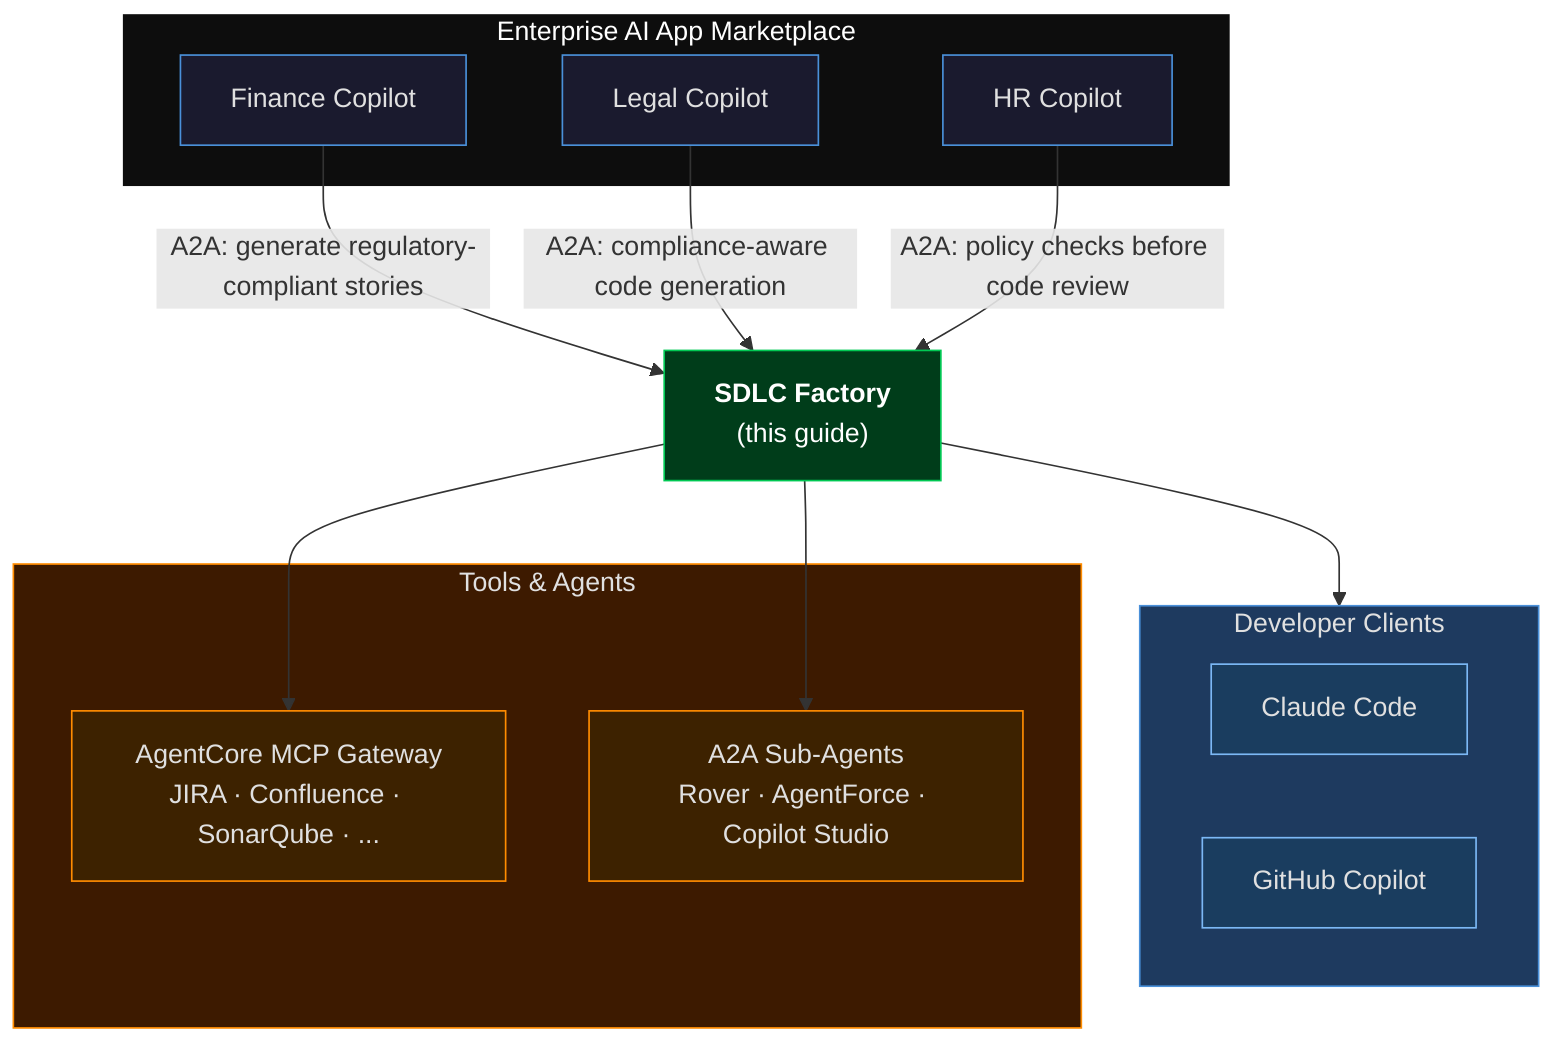
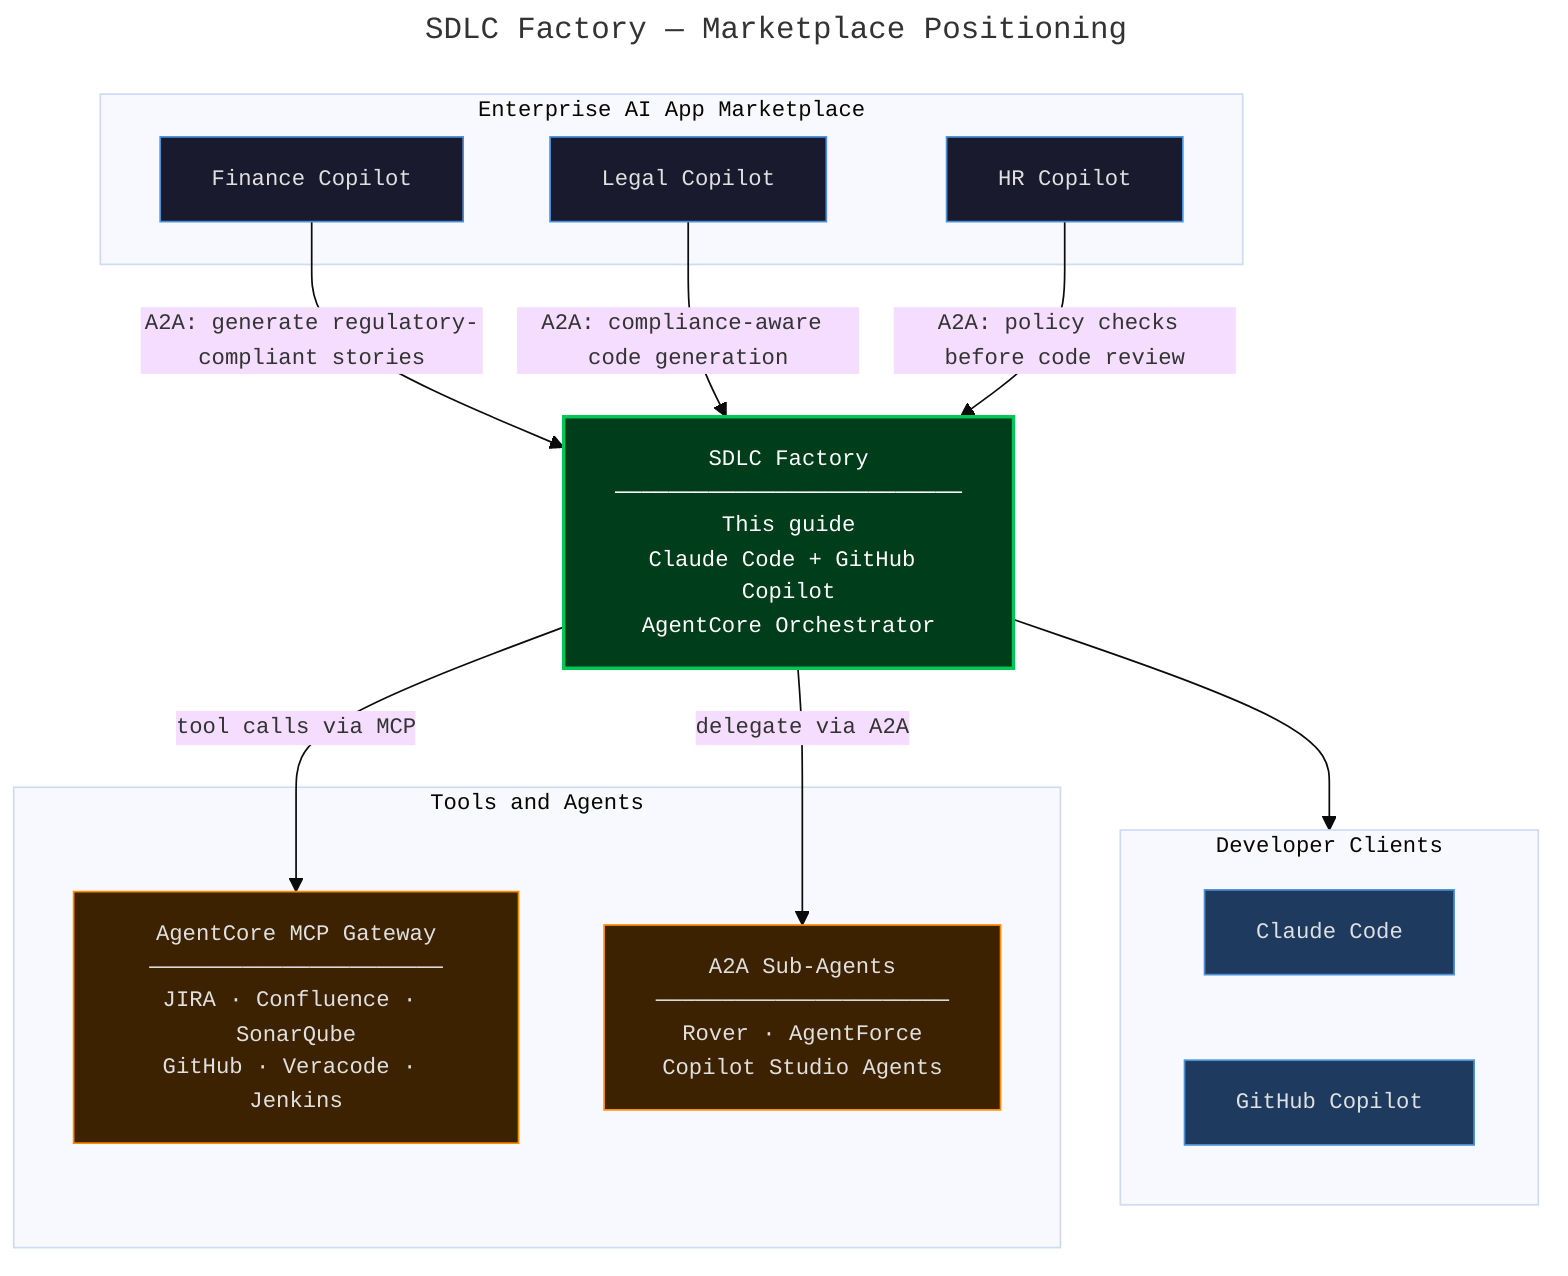
- flowchart TD
+ ---
+ title: "SDLC Factory — Marketplace Positioning"
+ ---
+ %%{init: {'theme': 'base', 'themeVariables': {'fontSize': '13px', 'fontFamily': 'monospace'}}}%%
+ graph TD
    subgraph MARKET["Enterprise AI App Marketplace"]
        FC["Finance Copilot"]
        LC["Legal Copilot"]
        HC["HR Copilot"]
    end

-     SDLC["<b>SDLC Factory</b><br/>(this guide)"]
+     SDLC["SDLC Factory\n──────────────────────────\nThis guide\nClaude Code + GitHub Copilot\nAgentCore Orchestrator"]

    subgraph CLIENTS["Developer Clients"]
        CC["Claude Code"]
        GH["GitHub Copilot"]
    end

-     subgraph TOOLS["Tools & Agents"]
-         GW["AgentCore MCP Gateway<br/>JIRA · Confluence · SonarQube · ..."]
-         SA["A2A Sub-Agents<br/>Rover · AgentForce · Copilot Studio"]
+     subgraph TOOLS["Tools and Agents"]
+         GW["AgentCore MCP Gateway\n──────────────────────\nJIRA · Confluence · SonarQube\nGitHub · Veracode · Jenkins"]
+         SA["A2A Sub-Agents\n──────────────────────\nRover · AgentForce\nCopilot Studio Agents"]
    end

    FC -- "A2A: generate regulatory-compliant stories" --> SDLC
    LC -- "A2A: compliance-aware code generation" --> SDLC
    HC -- "A2A: policy checks before code review" --> SDLC

    SDLC --> CLIENTS
-     SDLC --> GW
-     SDLC --> SA
+     SDLC -- "tool calls via MCP" --> GW
+     SDLC -- "delegate via A2A" --> SA

-     style MARKET fill:#0d0d0d,color:#ffffff,stroke:#ffffff
-     style FC fill:#1a1a2e,color:#e0e0e0,stroke:#4a90d9
-     style LC fill:#1a1a2e,color:#e0e0e0,stroke:#4a90d9
-     style HC fill:#1a1a2e,color:#e0e0e0,stroke:#4a90d9
-     style SDLC fill:#003d1a,color:#ffffff,stroke:#00c853
-     style CLIENTS fill:#1e3a5f,color:#e0e0e0,stroke:#4a90d9
-     style TOOLS fill:#3d1a00,color:#e0e0e0,stroke:#ff8c00
-     style CC fill:#1a3d5f,color:#e0e0e0,stroke:#7cb8f5
-     style GH fill:#1a3d5f,color:#e0e0e0,stroke:#7cb8f5
-     style GW fill:#3d2200,color:#e0e0e0,stroke:#ff8c00
-     style SA fill:#3d2200,color:#e0e0e0,stroke:#ff8c00
+     classDef market  fill:#1a1a2e,color:#e0e0e0,stroke:#4a90d9,stroke-width:1px
+     classDef sdlc    fill:#003d1a,color:#ffffff,stroke:#00c853,stroke-width:2px
+     classDef client  fill:#1e3a5f,color:#e0e0e0,stroke:#4a90d9,stroke-width:1px
+     classDef gateway fill:#3d2200,color:#e0e0e0,stroke:#ff8c00,stroke-width:1px
+ 
+     class FC,LC,HC market
+     class SDLC sdlc
+     class CC,GH client
+     class GW,SA gateway
